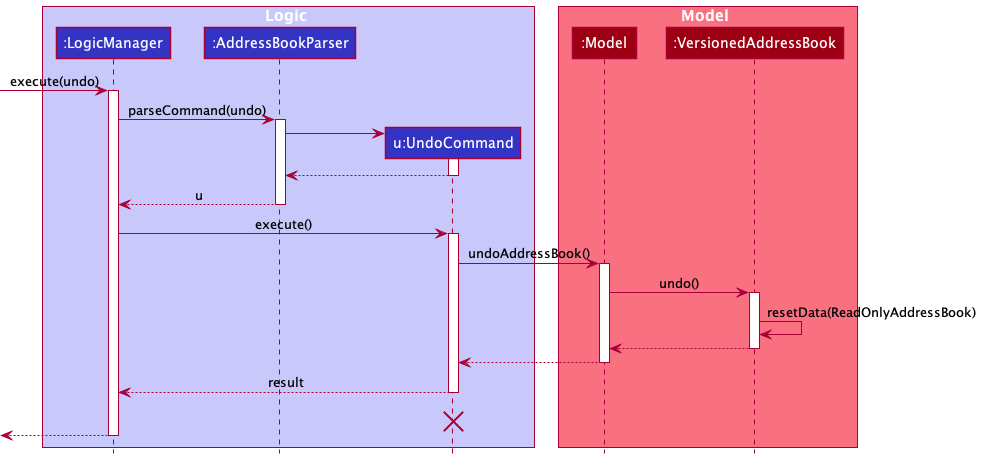
The PlantUML diagram docs/diagrams/UndoSequenceDiagram.png in yu-ming-chen/tp, before a commit.
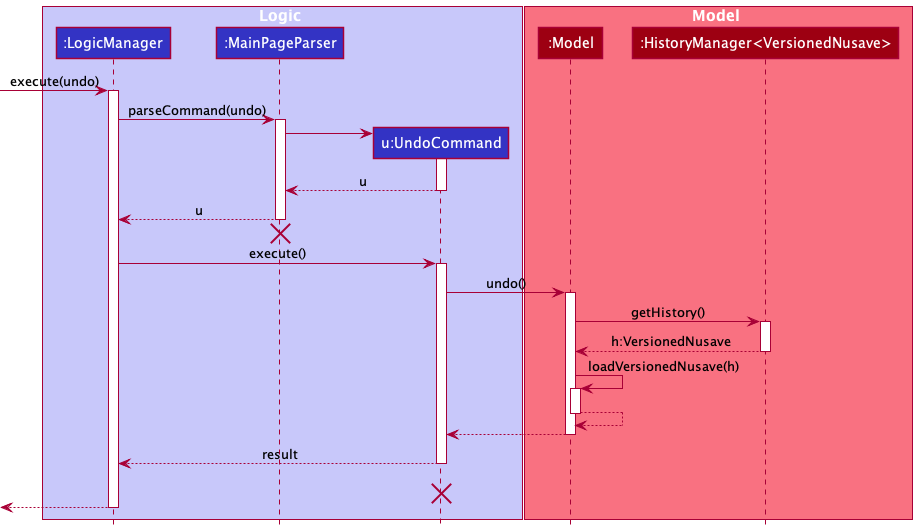
The same file after the commit.

Commit message:
Add undo sequence diagram

What changed in the source:
```diff
@@ -3,42 +3,49 @@
 
 box Logic LOGIC_COLOR_T1
 participant ":LogicManager" as LogicManager LOGIC_COLOR
-participant ":AddressBookParser" as AddressBookParser LOGIC_COLOR
+participant ":MainPageParser" as MainPageParser LOGIC_COLOR
 participant "u:UndoCommand" as UndoCommand LOGIC_COLOR
 end box
 
 box Model MODEL_COLOR_T1
 participant ":Model" as Model MODEL_COLOR
-participant ":VersionedAddressBook" as VersionedAddressBook MODEL_COLOR
+participant ":HistoryManager<VersionedNusave>" as HistoryManager MODEL_COLOR
 end box
 [-> LogicManager : execute(undo)
 activate LogicManager
 
-LogicManager -> AddressBookParser : parseCommand(undo)
-activate AddressBookParser
+LogicManager -> MainPageParser : parseCommand(undo)
+activate MainPageParser
 
 create UndoCommand
-AddressBookParser -> UndoCommand
+MainPageParser -> UndoCommand
 activate UndoCommand
 
-UndoCommand --> AddressBookParser
+UndoCommand --> MainPageParser : u
 deactivate UndoCommand
 
-AddressBookParser --> LogicManager : u
-deactivate AddressBookParser
+MainPageParser --> LogicManager : u
+deactivate MainPageParser
+MainPageParser -[hidden]-> LogicManager
+destroy MainPageParser
 
 LogicManager -> UndoCommand : execute()
 activate UndoCommand
 
-UndoCommand -> Model : undoAddressBook()
+UndoCommand -> Model : undo()
 activate Model
 
-Model -> VersionedAddressBook : undo()
-activate VersionedAddressBook
+Model -> HistoryManager : getHistory()
+activate HistoryManager
 
-VersionedAddressBook -> VersionedAddressBook :resetData(ReadOnlyAddressBook)
-VersionedAddressBook --> Model :
-deactivate VersionedAddressBook
+HistoryManager --> Model : h:VersionedNusave
+deactivate HistoryManager
+
+
+Model -> Model : loadVersionedNusave(h)
+activate Model
+Model --> Model
+deactivate Model
 
 Model --> UndoCommand
 deactivate Model
```
